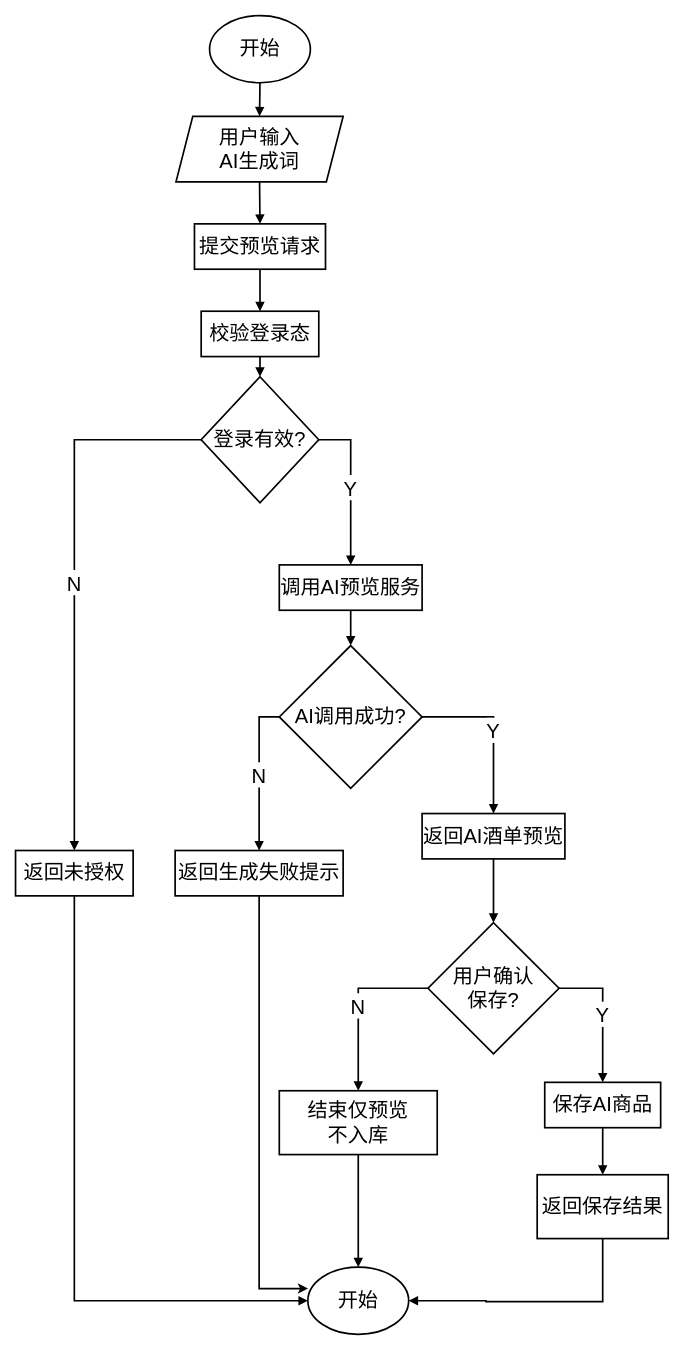
LichCarlos/darwIo keeps this draw.io diagram as AI推荐商品功能流程图.drawio. Above is the earlier version. Source tidied: cells renumbered, new cells numbered last; positions are measured from the earlier drawing's top-left corner, leaving out a move shared by most shapes. Both pictures are drawn from the tidied source at 84%, with x=0, y=0 at pixel (15, -319).
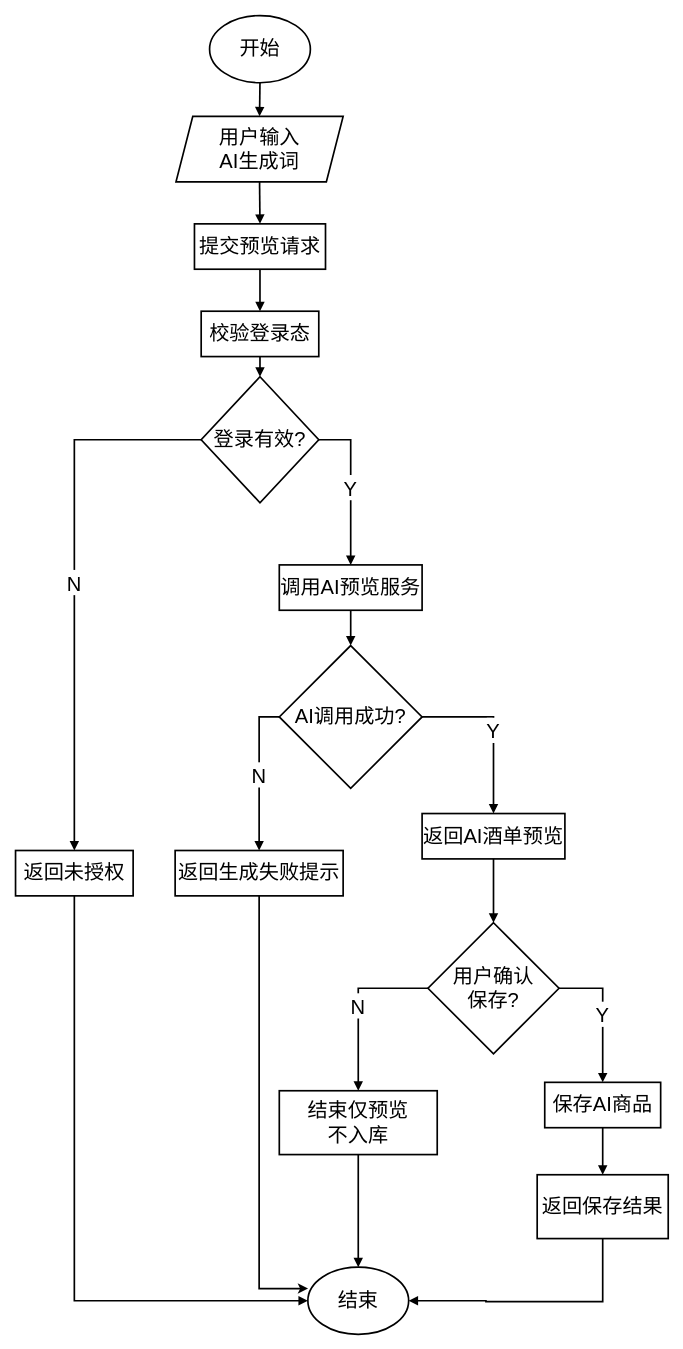
The same page after the edit.

Commit message:
更新AI推荐商品功能流程图.drawio

What changed in the source:
```diff
@@
-    <mxCell id="36" value="开始" style="ellipse;whiteSpace=wrap;html=1;strokeWidth=2;fontSize=24;" parent="1" vertex="1">
+    <mxCell id="36" value="结束" style="ellipse;whiteSpace=wrap;html=1;strokeWidth=2;fontSize=24;" parent="1" vertex="1">
       <mxGeometry x="348" y="1888" width="120" height="80" as="geometry" />
     </mxCell>
```
